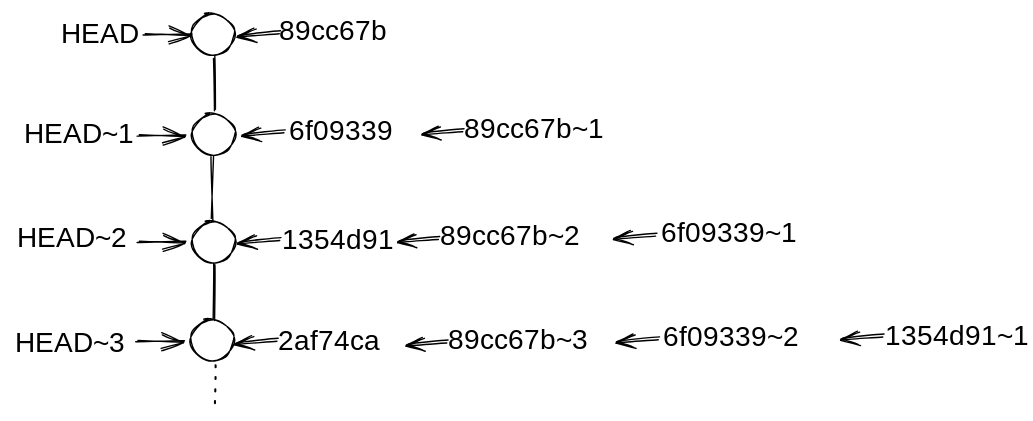
Before: techreference/.gitbook/assets/file.excalidraw.svg, a diagram exported from Excalidraw (biggiebk/pub-git-books). Source tidied: one line per element, renumbered; positions are measured from the earlier drawing's top-left corner, leaving out a move shared by most shapes.
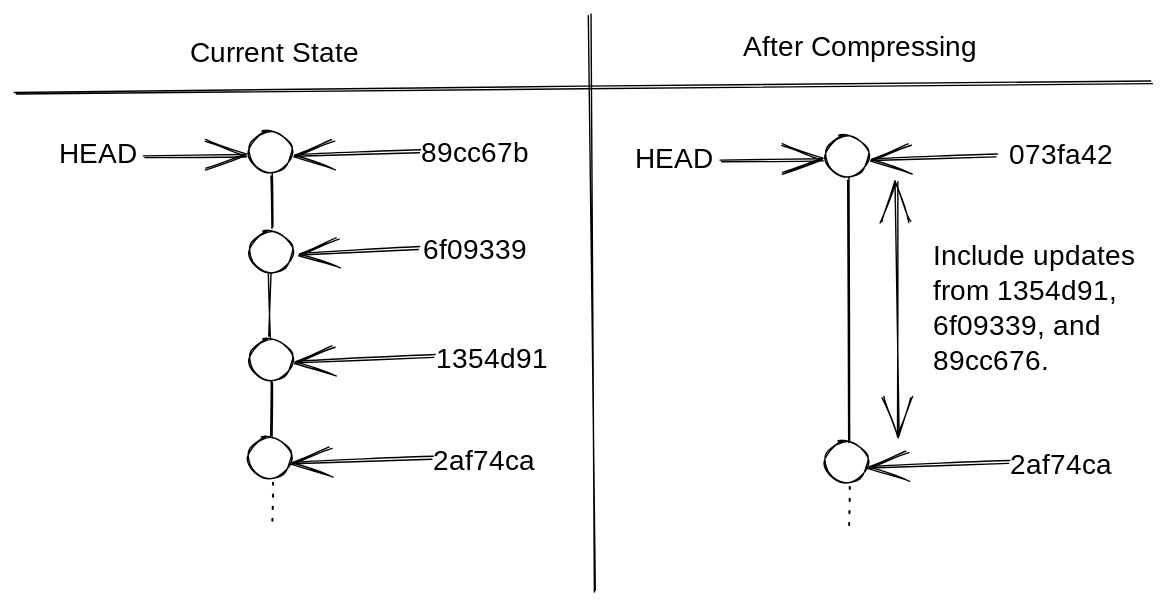
Later version of the same file.

What changed in the source:
```diff
@@ -1,36 +1,34 @@
-{"id": 0, "type": "ellipse", "strokeColor": "#000000", "strokeWidth": 1, "roughness": 1, "round": true, "x": 126, "y": 0, "width": 31, "height": 29}
-{"id": 1, "type": "ellipse", "strokeColor": "#000000", "strokeWidth": 1, "roughness": 1, "round": true, "x": 127, "y": 72, "width": 31, "height": 29}
-{"id": 2, "type": "ellipse", "strokeColor": "#000000", "strokeWidth": 1, "roughness": 1, "round": true, "x": 127, "y": 148, "width": 31, "height": 29}
-{"id": 3, "type": "ellipse", "strokeColor": "#000000", "strokeWidth": 1, "roughness": 1, "round": true, "x": 126, "y": 218, "width": 31, "height": 29}
-{"id": 4, "type": "line", "strokeColor": "#000000", "strokeWidth": 1, "roughness": 1, "round": true, "x": 142, "y": 31, "width": 1, "height": 38, "points": [[0, 0], [1, 38]]}
-{"id": 5, "type": "line", "strokeColor": "#000000", "strokeWidth": 1, "roughness": 1, "round": true, "x": 141, "y": 101, "width": 1, "height": 47, "points": [[0, 0], [1, 47]]}
-{"id": 6, "type": "line", "strokeColor": "#000000", "strokeWidth": 1, "roughness": 1, "round": true, "x": 142, "y": 179, "width": 1, "height": 39, "points": [[0, 0], [1, 39]]}
-{"id": 7, "type": "line", "strokeColor": "#000000", "strokeWidth": 1, "strokeStyle": "dotted", "roughness": 1, "round": true, "x": 143, "y": 250, "width": 1, "height": 31, "points": [[0, 0], [-1, 31]]}
+{"id": 36, "type": "ellipse", "strokeColor": "#000000", "strokeWidth": 1, "roughness": 1, "round": true, "x": -148, "y": 26, "width": 31, "height": 29}
+{"id": 37, "type": "ellipse", "strokeColor": "#000000", "strokeWidth": 1, "roughness": 1, "round": true, "x": -148, "y": 97, "width": 31, "height": 29}
+{"id": 38, "type": "ellipse", "strokeColor": "#000000", "strokeWidth": 1, "roughness": 1, "round": true, "x": -148, "y": 174, "width": 31, "height": 29}
+{"id": 39, "type": "ellipse", "strokeColor": "#000000", "strokeWidth": 1, "roughness": 1, "round": true, "x": -149, "y": 244, "width": 31, "height": 29}
+{"id": 40, "type": "line", "strokeColor": "#000000", "strokeWidth": 1, "roughness": 1, "round": true, "x": -132, "y": 57, "width": 1, "height": 38, "points": [[0, 0], [1, 38]]}
+{"id": 41, "type": "line", "strokeColor": "#000000", "strokeWidth": 1, "roughness": 1, "round": true, "x": -133, "y": 127, "width": 1, "height": 47, "points": [[0, 0], [1, 47]]}
+{"id": 42, "type": "line", "strokeColor": "#000000", "strokeWidth": 1, "roughness": 1, "round": true, "x": -132, "y": 205, "width": 1, "height": 39, "points": [[0, 0], [1, 39]]}
+{"id": 43, "type": "line", "strokeColor": "#000000", "strokeWidth": 1, "strokeStyle": "dotted", "roughness": 1, "round": true, "x": -131, "y": 276, "width": 1, "height": 31, "points": [[0, 0], [-1, 31]]}
-{"id": 8, "type": "text", "text": "89cc67b", "strokeColor": "#000000", "strokeWidth": 1, "strokeStyle": "dotted", "roughness": 1, "fontSize": 20, "fontFamily": 1, "x": 189, "y": 1, "width": 81, "height": 25}
+{"id": 8, "type": "text", "text": "89cc67b", "strokeColor": "#000000", "strokeWidth": 1, "strokeStyle": "dotted", "roughness": 1, "fontSize": 20, "fontFamily": 1, "x": -25, "y": 30, "width": 81, "height": 25}
-{"id": 9, "type": "text", "text": "6f09339", "strokeColor": "#000000", "strokeWidth": 1, "strokeStyle": "dotted", "roughness": 1, "fontSize": 20, "fontFamily": 1, "x": 196, "y": 72, "width": 88, "height": 25}
+{"id": 9, "type": "text", "text": "6f09339", "strokeColor": "#000000", "strokeWidth": 1, "strokeStyle": "dotted", "roughness": 1, "fontSize": 20, "fontFamily": 1, "x": -23, "y": 99, "width": 88, "height": 25}
-{"id": 10, "type": "text", "text": "1354d91", "strokeColor": "#000000", "strokeWidth": 1, "strokeStyle": "dotted", "roughness": 1, "fontSize": 20, "fontFamily": 1, "x": 191, "y": 150, "width": 73, "height": 25}
+{"id": 10, "type": "text", "text": "1354d91", "strokeColor": "#000000", "strokeWidth": 1, "strokeStyle": "dotted", "roughness": 1, "fontSize": 20, "fontFamily": 1, "x": -14, "y": 177, "width": 73, "height": 25}
-{"id": 11, "type": "text", "text": "2af74ca", "strokeColor": "#000000", "strokeWidth": 1, "strokeStyle": "dotted", "roughness": 1, "fontSize": 20, "fontFamily": 1, "x": 188, "y": 222, "width": 84, "height": 25}
-{"id": 12, "type": "arrow", "strokeColor": "#000000", "strokeWidth": 1, "roughness": 1, "endArrowhead": "arrow", "round": true, "from": 8, "to": 0, "x": 189, "y": 13, "width": 28, "height": 3, "points": [[0, 0], [-28, 3]]}
-{"id": 13, "type": "arrow", "strokeColor": "#000000", "strokeWidth": 1, "roughness": 1, "endArrowhead": "arrow", "round": true, "from": 9, "to": 1, "x": 192, "y": 84, "width": 28, "height": 3, "points": [[0, 0], [-28, 3]]}
-{"id": 14, "type": "arrow", "strokeColor": "#000000", "strokeWidth": 1, "roughness": 1, "endArrowhead": "arrow", "round": true, "from": 10, "to": 2, "x": 189, "y": 161, "width": 28, "height": 3, "points": [[0, 0], [-28, 3]]}
-{"id": 15, "type": "arrow", "strokeColor": "#000000", "strokeWidth": 1, "roughness": 1, "endArrowhead": "arrow", "round": true, "from": 11, "to": 3, "x": 187, "y": 233, "width": 28, "height": 3, "points": [[0, 0], [-28, 3]]}
-{"id": 16, "type": "text", "text": "HEAD", "strokeColor": "#000000", "strokeWidth": 1, "roughness": 1, "fontSize": 20, "fontFamily": 1, "x": 33, "y": 3, "width": 53, "height": 25}
-{"id": 17, "type": "text", "text": "HEAD~1", "strokeColor": "#000000", "strokeWidth": 1, "roughness": 1, "fontSize": 20, "fontFamily": 1, "x": 6, "y": 74, "width": 75, "height": 25}
-{"id": 18, "type": "text", "text": "HEAD~3", "strokeColor": "#000000", "strokeWidth": 1, "roughness": 1, "fontSize": 20, "fontFamily": 1, "x": 0, "y": 223, "width": 84, "height": 25}
-{"id": 19, "type": "text", "text": "HEAD~2", "strokeColor": "#000000", "strokeWidth": 1, "roughness": 1, "fontSize": 20, "fontFamily": 1, "x": 2, "y": 148, "width": 84, "height": 25}
-{"id": 20, "type": "arrow", "strokeColor": "#000000", "strokeWidth": 1, "roughness": 1, "endArrowhead": "arrow", "round": true, "from": 16, "to": 0, "x": 93, "y": 15, "width": 33, "height": 0, "points": [[0, 0], [33, 0]]}
-{"id": 21, "type": "arrow", "strokeColor": "#000000", "strokeWidth": 1, "roughness": 1, "endArrowhead": "arrow", "round": true, "from": 17, "to": 1, "x": 89, "y": 87, "width": 33, "height": 0, "points": [[0, 0], [33, 0]]}
-{"id": 22, "type": "arrow", "strokeColor": "#000000", "strokeWidth": 1, "roughness": 1, "endArrowhead": "arrow", "round": true, "from": 19, "to": 2, "x": 89, "y": 163, "width": 33, "height": 0, "points": [[0, 0], [33, 0]]}
-{"id": 23, "type": "arrow", "strokeColor": "#000000", "strokeWidth": 1, "roughness": 1, "endArrowhead": "arrow", "round": true, "from": 18, "to": 3, "x": 88, "y": 234, "width": 33, "height": 0, "points": [[0, 0], [33, 0]]}
-{"id": 24, "type": "text", "text": "89cc67b~1", "strokeColor": "#000000", "strokeWidth": 1, "strokeStyle": "dotted", "roughness": 1, "fontSize": 20, "fontFamily": 1, "x": 321, "y": 70, "width": 104, "height": 25}
-{"id": 25, "type": "arrow", "strokeColor": "#000000", "strokeWidth": 1, "roughness": 1, "endArrowhead": "arrow", "round": true, "from": 24, "to": 9, "x": 320, "y": 83, "width": 27, "height": 3, "points": [[0, 0], [-27, 3]]}
-{"id": 26, "type": "text", "text": "89cc67b~2", "strokeColor": "#000000", "strokeWidth": 1, "strokeStyle": "dotted", "roughness": 1, "fontSize": 20, "fontFamily": 1, "x": 304, "y": 147, "width": 112, "height": 25}
-{"id": 27, "type": "arrow", "strokeColor": "#000000", "strokeWidth": 1, "roughness": 1, "endArrowhead": "arrow", "round": true, "from": 26, "to": 10, "x": 303, "y": 160, "width": 27, "height": 3, "points": [[0, 0], [-27, 3]]}
-{"id": 28, "type": "text", "text": "89cc67b~3", "strokeColor": "#000000", "strokeWidth": 1, "strokeStyle": "dotted", "roughness": 1, "fontSize": 20, "fontFamily": 1, "x": 310, "y": 221, "width": 112, "height": 25}
-{"id": 29, "type": "arrow", "strokeColor": "#000000", "strokeWidth": 1, "roughness": 1, "endArrowhead": "arrow", "round": true, "from": 28, "to": 11, "x": 309, "y": 234, "width": 27, "height": 3, "points": [[0, 0], [-27, 3]]}
-{"id": 30, "type": "text", "text": "1354d91~1", "strokeColor": "#000000", "strokeWidth": 1, "strokeStyle": "dotted", "roughness": 1, "fontSize": 20, "fontFamily": 1, "x": 622, "y": 218, "width": 95, "height": 25}
-{"id": 31, "type": "arrow", "strokeColor": "#000000", "strokeWidth": 1, "roughness": 1, "endArrowhead": "arrow", "round": true, "from": 30, "to": 34, "x": 620, "y": 230, "width": 28, "height": 3, "points": [[0, 0], [-28, 3]]}
-{"id": 32, "type": "text", "text": "6f09339~1", "strokeColor": "#000000", "strokeWidth": 1, "strokeStyle": "dotted", "roughness": 1, "fontSize": 20, "fontFamily": 1, "x": 462, "y": 145, "width": 110, "height": 25}
-{"id": 33, "type": "arrow", "strokeColor": "#000000", "strokeWidth": 1, "roughness": 1, "endArrowhead": "arrow", "round": true, "from": 32, "to": 26, "x": 458, "y": 158, "width": 28, "height": 3, "points": [[0, 0], [-28, 3]]}
-{"id": 34, "type": "text", "text": "6f09339~2", "strokeColor": "#000000", "strokeWidth": 1, "strokeStyle": "dotted", "roughness": 1, "fontSize": 20, "fontFamily": 1, "x": 464, "y": 219, "width": 119, "height": 25}
-{"id": 35, "type": "arrow", "strokeColor": "#000000", "strokeWidth": 1, "roughness": 1, "endArrowhead": "arrow", "round": true, "from": 34, "to": 28, "x": 460, "y": 232, "width": 28, "height": 3, "points": [[0, 0], [-28, 3]]}
+{"id": 44, "type": "text", "text": "2af74ca", "strokeColor": "#000000", "strokeWidth": 1, "strokeStyle": "dotted", "roughness": 1, "fontSize": 20, "fontFamily": 1, "x": -16, "y": 250, "width": 84, "height": 25}
+{"id": 45, "type": "arrow", "strokeColor": "#000000", "strokeWidth": 1, "roughness": 1, "endArrowhead": "arrow", "round": true, "from": 8, "to": 36, "x": -26, "y": 40, "width": 87, "height": 3, "points": [[0, 0], [-87, 3]]}
+{"id": 46, "type": "arrow", "strokeColor": "#000000", "strokeWidth": 1, "roughness": 1, "endArrowhead": "arrow", "round": true, "from": 9, "to": 37, "x": -27, "y": 109, "width": 83, "height": 5, "points": [[0, 0], [-83, 5]]}
+{"id": 47, "type": "arrow", "strokeColor": "#000000", "strokeWidth": 1, "roughness": 1, "endArrowhead": "arrow", "round": true, "from": 10, "to": 38, "x": -16, "y": 186, "width": 97, "height": 5, "points": [[0, 0], [-97, 5]]}
+{"id": 48, "type": "arrow", "strokeColor": "#000000", "strokeWidth": 1, "roughness": 1, "endArrowhead": "arrow", "round": true, "from": 44, "to": 39, "x": -17, "y": 259, "width": 98, "height": 4, "points": [[0, 0], [-98, 4]]}
+{"id": 49, "type": "text", "text": "HEAD", "strokeColor": "#000000", "strokeWidth": 1, "roughness": 1, "fontSize": 20, "fontFamily": 1, "x": -284, "y": 30, "width": 53, "height": 25}
+{"id": 50, "type": "arrow", "strokeColor": "#000000", "strokeWidth": 1, "roughness": 1, "endArrowhead": "arrow", "round": true, "from": 49, "to": 36, "x": -223, "y": 44, "width": 73, "height": 2, "points": [[0, 0], [73, -2]]}
+{"id": 51, "type": "line", "strokeColor": "#000000", "strokeWidth": 1, "roughness": 1, "round": true, "x": -314, "y": -1, "width": 812, "height": 8, "points": [[0, 0], [812, -8]]}
+{"id": 52, "type": "line", "strokeColor": "#000000", "strokeWidth": 1, "roughness": 1, "round": true, "x": 95, "y": -57, "width": 4, "height": 411, "points": [[0, 0], [4, 411]]}
+{"id": 53, "type": "text", "text": "Current State", "strokeColor": "#000000", "strokeWidth": 1, "roughness": 1, "fontSize": 20, "fontFamily": 1, "x": -190, "y": -42, "width": 142, "height": 25}
+{"id": 54, "type": "text", "text": "After Compressing", "strokeColor": "#000000", "strokeWidth": 1, "roughness": 1, "fontSize": 20, "fontFamily": 1, "x": 205, "y": -46, "width": 175, "height": 25}
+{"id": 55, "type": "ellipse", "strokeColor": "#000000", "strokeWidth": 1, "roughness": 1, "round": true, "x": 264, "y": 29, "width": 31, "height": 29}
+{"id": 56, "type": "ellipse", "strokeColor": "#000000", "strokeWidth": 1, "roughness": 1, "round": true, "x": 263, "y": 247, "width": 31, "height": 29}
+{"id": 57, "type": "line", "strokeColor": "#000000", "strokeWidth": 1, "roughness": 1, "round": true, "x": 280, "y": 60, "width": 1, "height": 188, "points": [[0, 0], [1, 188]]}
+{"id": 58, "type": "line", "strokeColor": "#000000", "strokeWidth": 1, "strokeStyle": "dotted", "roughness": 1, "round": true, "x": 281, "y": 279, "width": 1, "height": 31, "points": [[0, 0], [-1, 31]]}
+{"id": 59, "type": "text", "text": "2af74ca", "strokeColor": "#000000", "strokeWidth": 1, "strokeStyle": "dotted", "roughness": 1, "fontSize": 20, "fontFamily": 1, "x": 396, "y": 253, "width": 84, "height": 25}
+{"id": 60, "type": "arrow", "strokeColor": "#000000", "strokeWidth": 1, "roughness": 1, "endArrowhead": "arrow", "round": true, "from": 64, "to": 55, "x": 386, "y": 43, "width": 87, "height": 3, "points": [[0, 0], [-87, 3]]}
+{"id": 61, "type": "arrow", "strokeColor": "#000000", "strokeWidth": 1, "roughness": 1, "endArrowhead": "arrow", "round": true, "from": 59, "to": 56, "x": 395, "y": 262, "width": 98, "height": 4, "points": [[0, 0], [-98, 4]]}
+{"id": 62, "type": "text", "text": "HEAD", "strokeColor": "#000000", "strokeWidth": 1, "roughness": 1, "fontSize": 20, "fontFamily": 1, "x": 128, "y": 34, "width": 53, "height": 25}
+{"id": 63, "type": "arrow", "strokeColor": "#000000", "strokeWidth": 1, "roughness": 1, "endArrowhead": "arrow", "round": true, "from": 62, "to": 55, "x": 189, "y": 48, "width": 73, "height": 2, "points": [[0, 0], [73, -2]]}
+{"id": 64, "type": "text", "text": "073fa42", "strokeColor": "#000000", "strokeWidth": 1, "roughness": 1, "fontSize": 20, "fontFamily": 1, "x": 395, "y": 31, "width": 88, "height": 25}
+{"id": 65, "type": "arrow", "strokeColor": "#000000", "strokeWidth": 1, "roughness": 1, "startArrowhead": "arrow", "endArrowhead": "arrow", "round": true, "x": 314, "y": 62, "width": 3, "height": 181, "points": [[0, 0], [3, 181]]}
+{"id": 66, "type": "text", "text": "Include updates\nfrom 1354d91, \n6f09339, and\n89cc676.", "strokeColor": "#000000", "strokeWidth": 1, "roughness": 1, "fontSize": 20, "fontFamily": 1, "x": 341, "y": 103, "width": 158, "height": 100}
```
